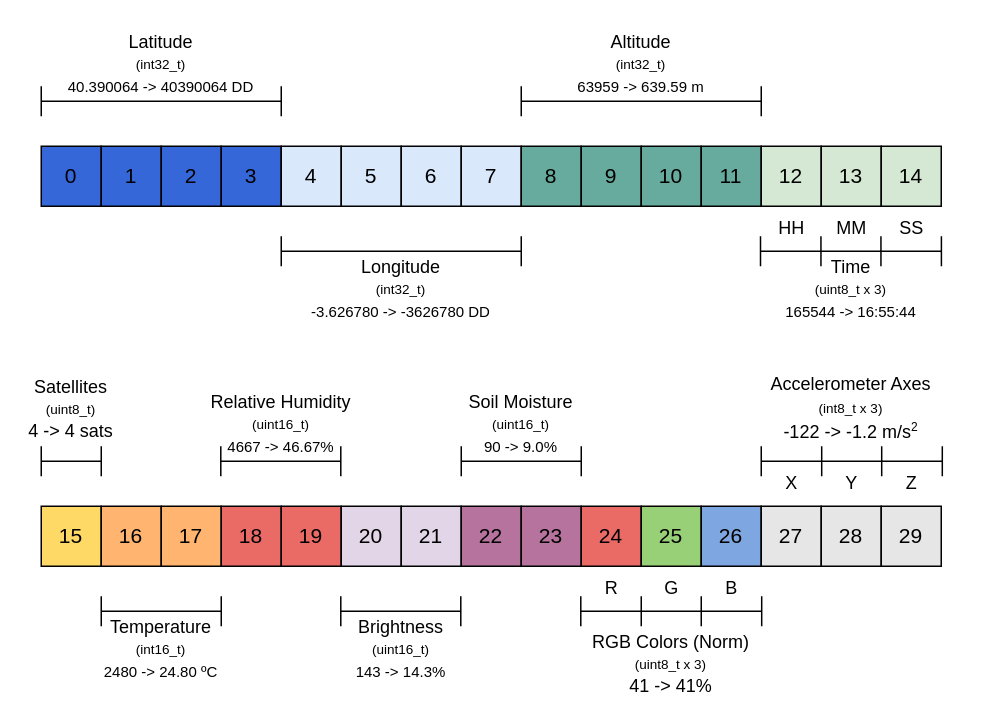
Before: report/diagrams/lora_bytes.drawio in Estelamb/Sensor_Networks, a draw.io diagram. Source tidied: cells renumbered, new cells numbered last; positions are measured from the earlier drawing's top-left corner, leaving out a move shared by most shapes. Both pictures are drawn from the tidied source at 150%, with x=0, y=0 at pixel (26, 26).
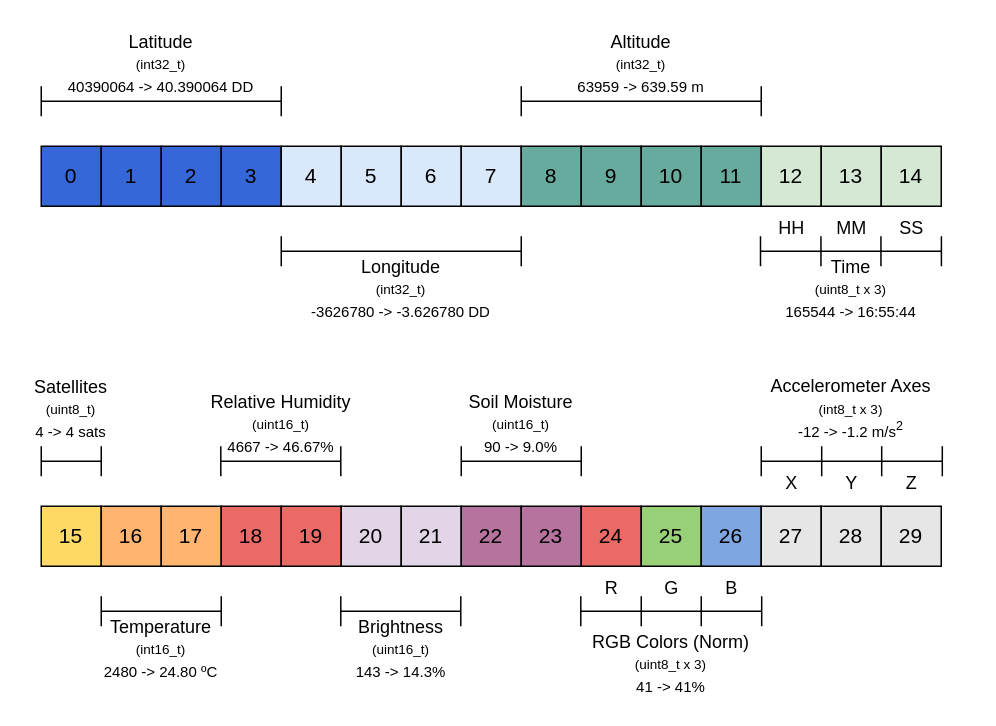
The same diagram, later.

Diff of the diagram source:
```diff
@@
-    <mxCell id="35" value="Latitude&lt;div&gt;&lt;font style=&quot;font-size: 9px;&quot;&gt;(int32_t)&lt;/font&gt;&lt;/div&gt;&lt;div&gt;&lt;font style=&quot;&quot;&gt;&lt;font size=&quot;1&quot;&gt;40.390064 -&amp;gt;&amp;nbsp;&lt;/font&gt;&lt;/font&gt;&lt;span style=&quot;background-color: transparent;&quot;&gt;&lt;font size=&quot;1&quot;&gt;40390064 DD&lt;/font&gt;&lt;/span&gt;&lt;/div&gt;" style="text;html=1;align=center;verticalAlign=middle;whiteSpace=wrap;rounded=0;" parent="1" vertex="1">
+    <mxCell id="35" value="Latitude&lt;div&gt;&lt;font style=&quot;font-size: 9px;&quot;&gt;(int32_t)&lt;/font&gt;&lt;/div&gt;&lt;div&gt;&lt;font style=&quot;&quot;&gt;&lt;font size=&quot;1&quot;&gt;40390064 -&amp;gt;&amp;nbsp;&lt;/font&gt;&lt;/font&gt;&lt;span style=&quot;background-color: transparent;&quot;&gt;&lt;font size=&quot;1&quot;&gt;40.390064 DD&lt;/font&gt;&lt;/span&gt;&lt;/div&gt;" style="text;html=1;align=center;verticalAlign=middle;whiteSpace=wrap;rounded=0;" parent="1" vertex="1">
       <mxGeometry x="10" width="160" height="50" as="geometry" />
     </mxCell>
@@
-    <mxCell id="71" value="&lt;div&gt;&lt;font style=&quot;&quot;&gt;Longitude&lt;/font&gt;&lt;/div&gt;&lt;div&gt;&lt;font style=&quot;font-size: 9px;&quot;&gt;(int32_t)&lt;/font&gt;&lt;/div&gt;&lt;div&gt;&lt;font style=&quot;&quot;&gt;&lt;span style=&quot;background-color: transparent;&quot;&gt;&lt;font size=&quot;1&quot;&gt;-3.626780&amp;nbsp;&lt;/font&gt;&lt;/span&gt;&lt;font size=&quot;1&quot;&gt;-&amp;gt;&amp;nbsp;&lt;/font&gt;&lt;/font&gt;&lt;span style=&quot;background-color: transparent;&quot;&gt;&lt;font size=&quot;1&quot;&gt;-3626780 DD&lt;/font&gt;&lt;/span&gt;&lt;/div&gt;" style="text;html=1;align=center;verticalAlign=middle;whiteSpace=wrap;rounded=0;" parent="1" vertex="1">
+    <mxCell id="71" value="&lt;div&gt;&lt;font style=&quot;&quot;&gt;Longitude&lt;/font&gt;&lt;/div&gt;&lt;div&gt;&lt;font style=&quot;font-size: 9px;&quot;&gt;(int32_t)&lt;/font&gt;&lt;/div&gt;&lt;div&gt;&lt;font style=&quot;&quot;&gt;&lt;span style=&quot;background-color: transparent;&quot;&gt;&lt;font size=&quot;1&quot;&gt;-3626780&amp;nbsp;&lt;/font&gt;&lt;/span&gt;&lt;font size=&quot;1&quot;&gt;-&amp;gt;&amp;nbsp;&lt;/font&gt;&lt;/font&gt;&lt;span style=&quot;background-color: transparent;&quot;&gt;&lt;font size=&quot;1&quot;&gt;-3.626780 DD&lt;/font&gt;&lt;/span&gt;&lt;/div&gt;" style="text;html=1;align=center;verticalAlign=middle;whiteSpace=wrap;rounded=0;" parent="1" vertex="1">
       <mxGeometry x="170" y="150" width="160" height="50" as="geometry" />
     </mxCell>
@@
-    <mxCell id="74" value="Satellites&lt;div&gt;&lt;span style=&quot;font-size: 9px; background-color: transparent; color: light-dark(rgb(0, 0, 0), rgb(255, 255, 255));&quot;&gt;(uint8_t)&lt;/span&gt;&lt;div&gt;4 -&amp;gt; 4 sats&lt;/div&gt;&lt;/div&gt;" style="text;html=1;align=center;verticalAlign=middle;whiteSpace=wrap;rounded=0;" parent="1" vertex="1">
+    <mxCell id="74" value="Satellites&lt;div&gt;&lt;span style=&quot;font-size: 9px; background-color: transparent; color: light-dark(rgb(0, 0, 0), rgb(255, 255, 255));&quot;&gt;(uint8_t)&lt;/span&gt;&lt;div&gt;&lt;font style=&quot;font-size: 10px;&quot;&gt;4 -&amp;gt; 4 sats&lt;/font&gt;&lt;/div&gt;&lt;/div&gt;" style="text;html=1;align=center;verticalAlign=middle;whiteSpace=wrap;rounded=0;" parent="1" vertex="1">
       <mxGeometry y="230" width="60" height="50" as="geometry" />
     </mxCell>
@@
-    <mxCell id="79" value="&lt;div&gt;&lt;font style=&quot;&quot;&gt;RGB Colors (Norm)&lt;/font&gt;&lt;/div&gt;&lt;div&gt;&lt;font style=&quot;font-size: 9px;&quot;&gt;(uint8_t x 3)&lt;/font&gt;&lt;/div&gt;&lt;div&gt;41 -&amp;gt; 41%&lt;/div&gt;" style="text;html=1;align=center;verticalAlign=middle;whiteSpace=wrap;rounded=0;" parent="1" vertex="1">
+    <mxCell id="79" value="&lt;div&gt;&lt;font style=&quot;&quot;&gt;RGB Colors (Norm)&lt;/font&gt;&lt;/div&gt;&lt;div&gt;&lt;font style=&quot;font-size: 9px;&quot;&gt;(uint8_t x 3)&lt;/font&gt;&lt;/div&gt;&lt;div&gt;&lt;font style=&quot;font-size: 10px;&quot;&gt;41 -&amp;gt; 41%&lt;/font&gt;&lt;/div&gt;" style="text;html=1;align=center;verticalAlign=middle;whiteSpace=wrap;rounded=0;" parent="1" vertex="1">
       <mxGeometry x="370" y="400" width="120" height="50" as="geometry" />
     </mxCell>
-    <mxCell id="80" value="&lt;div&gt;&lt;span style=&quot;background-color: transparent; color: light-dark(rgb(0, 0, 0), rgb(255, 255, 255));&quot;&gt;Accelerometer Axes&lt;/span&gt;&lt;/div&gt;&lt;div&gt;&lt;span style=&quot;font-size: 9px; background-color: transparent; color: light-dark(rgb(0, 0, 0), rgb(255, 255, 255));&quot;&gt;(int8_t x 3)&lt;/span&gt;&lt;/div&gt;&lt;div&gt;-122 -&amp;gt; -1.2 m/s&lt;sup&gt;&lt;font style=&quot;font-size: 8px;&quot;&gt;2&lt;/font&gt;&lt;/sup&gt;&lt;/div&gt;" style="text;html=1;align=center;verticalAlign=middle;whiteSpace=wrap;rounded=0;" parent="1" vertex="1">
+    <mxCell id="80" value="&lt;div&gt;&lt;span style=&quot;background-color: transparent; color: light-dark(rgb(0, 0, 0), rgb(255, 255, 255));&quot;&gt;Accelerometer Axes&lt;/span&gt;&lt;/div&gt;&lt;div&gt;&lt;span style=&quot;font-size: 9px; background-color: transparent; color: light-dark(rgb(0, 0, 0), rgb(255, 255, 255));&quot;&gt;(int8_t x 3)&lt;/span&gt;&lt;/div&gt;&lt;div&gt;&lt;font style=&quot;font-size: 10px;&quot;&gt;-12 -&amp;gt; -1.2 m/s&lt;sup style=&quot;&quot;&gt;&lt;font style=&quot;&quot;&gt;2&lt;/font&gt;&lt;/sup&gt;&lt;/font&gt;&lt;/div&gt;" style="text;html=1;align=center;verticalAlign=middle;whiteSpace=wrap;rounded=0;" parent="1" vertex="1">
       <mxGeometry x="470" y="230" width="160" height="50" as="geometry" />
     </mxCell>
```
